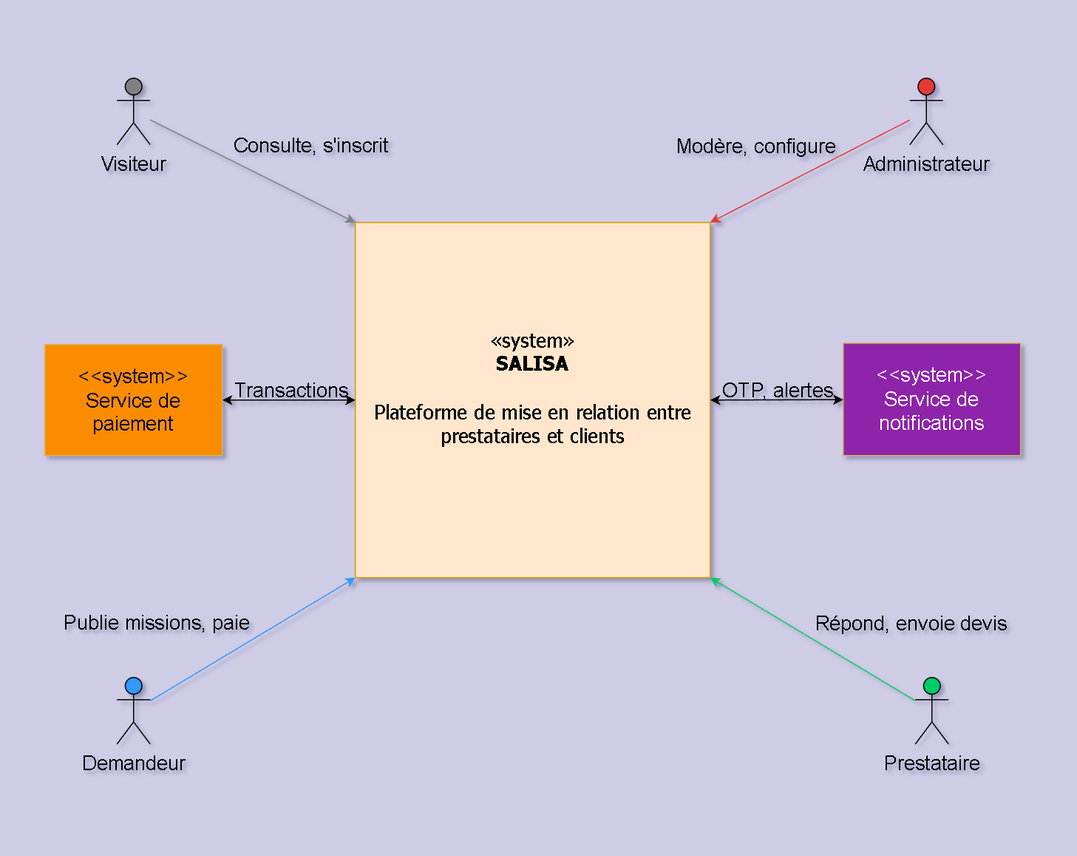
Above: images/diagramme_contexte_statique.png in KazeHolloway/Projet_LaTex (draw.io), before the change. Source tidied: cells renumbered, new cells last; positions are measured from the earlier drawing's top-left corner, leaving out a move shared by most shapes. Source of this version:
```xml
<mxGraphModel background="light-dark(#cfcce5, #121212)">
  <root>
    <mxCell id="0" />
    <mxCell id="1" parent="0" />
    <mxCell id="2" value="«system»&lt;br&gt;&lt;b&gt;SALISA&lt;/b&gt;&lt;div&gt;&lt;b&gt;&lt;br&gt;&lt;/b&gt;&lt;/div&gt;&lt;div&gt;Plateforme de mise en relation entre prestataires et clients&lt;/div&gt;&lt;div&gt;&lt;br&gt;&lt;/div&gt;" style="html=1;whiteSpace=wrap;fillColor=#ffe6cc;strokeColor=#d79b00;gradientColor=none;fillStyle=solid;rounded=0;glass=0;shadow=0;labelBackgroundColor=none;fontColor=default;fontSize=18;fontFamily=Tahoma;verticalAlign=middle;" parent="1" vertex="1">
      <mxGeometry x="280" y="130" width="320" height="320" as="geometry" />
    </mxCell>
    <mxCell id="3" value="Administrateur" style="shape=umlActor;html=1;verticalLabelPosition=bottom;verticalAlign=top;align=center;rounded=0;fillColor=#E53935;strokeColor=#000000;fontSize=18;" parent="1" vertex="1">
      <mxGeometry x="780" width="30" height="60" as="geometry" />
    </mxCell>
    <mxCell id="4" value="Demandeur" style="shape=umlActor;html=1;verticalLabelPosition=bottom;verticalAlign=top;align=center;rounded=0;fillColor=#3399FF;strokeColor=#000000;fontSize=18;" parent="1" vertex="1">
      <mxGeometry x="65" y="540" width="30" height="60" as="geometry" />
    </mxCell>
    <mxCell id="5" value="Visiteur" style="shape=umlActor;html=1;verticalLabelPosition=bottom;verticalAlign=top;align=center;rounded=0;fillColor=#808080;strokeColor=#000000;fontSize=18;" parent="1" vertex="1">
      <mxGeometry x="65" width="30" height="60" as="geometry" />
    </mxCell>
    <mxCell id="6" value="Prestataire" style="shape=umlActor;html=1;verticalLabelPosition=bottom;verticalAlign=top;align=center;rounded=0;shadow=0;fillColor=#00CC66;strokeColor=#000000;fontSize=18;" parent="1" vertex="1">
      <mxGeometry x="785" y="540" width="30" height="60" as="geometry" />
    </mxCell>
    <mxCell id="7" style="rounded=0;jettySize=auto;html=1;entryX=0;entryY=0;entryDx=0;entryDy=0;fontSize=18;strokeColor=#808080;" parent="1" edge="1" source="5" target="2">
      <mxGeometry relative="1" as="geometry" />
    </mxCell>
    <mxCell id="8" value="Consulte, s'inscrit" style="edgeLabel;html=1;align=center;verticalAlign=middle;labelBackgroundColor=none;fontSize=18;textShadow=0;" parent="7" vertex="1">
      <mxGeometry x="-0.13" y="-2" relative="1" as="geometry">
        <mxPoint x="65" y="-20" as="offset" />
      </mxGeometry>
    </mxCell>
    <mxCell id="9" style="rounded=0;jettySize=auto;html=1;entryX=0;entryY=1;entryDx=0;entryDy=0;fontSize=18;strokeColor=#3399FF;" parent="1" edge="1" source="4" target="2">
      <mxGeometry relative="1" as="geometry" />
    </mxCell>
    <mxCell id="10" value="Publie missions, paie" style="edgeLabel;html=1;align=center;verticalAlign=middle;fontSize=18;labelBackgroundColor=none;labelBorderColor=none;" parent="9" vertex="1">
      <mxGeometry x="-0.12" y="3" relative="1" as="geometry">
        <mxPoint x="-75" y="-20" as="offset" />
      </mxGeometry>
    </mxCell>
    <mxCell id="11" style="rounded=0;jettySize=auto;html=1;entryX=1;entryY=1;entryDx=0;entryDy=0;fontSize=18;fillColor=#00CC66;strokeColor=#00CC66;" parent="1" edge="1" source="6" target="2">
      <mxGeometry relative="1" as="geometry" />
    </mxCell>
    <mxCell id="12" value="Répond, envoie devis" style="edgeLabel;html=1;align=center;verticalAlign=middle;labelBackgroundColor=none;fontSize=18;" parent="11" vertex="1">
      <mxGeometry x="-0.1" y="-1" relative="1" as="geometry">
        <mxPoint x="78" y="-20" as="offset" />
      </mxGeometry>
    </mxCell>
    <mxCell id="13" style="rounded=0;jettySize=auto;html=1;entryX=1;entryY=0;entryDx=0;entryDy=0;fontSize=18;strokeColor=#E53935;" parent="1" edge="1" source="3" target="2">
      <mxGeometry relative="1" as="geometry" />
    </mxCell>
    <mxCell id="14" value="Modère, configure" style="edgeLabel;html=1;align=center;verticalAlign=middle;fontSize=18;fontColor=default;labelBackgroundColor=none;" parent="13" vertex="1">
      <mxGeometry x="0.02" y="-2" relative="1" as="geometry">
        <mxPoint x="-47" y="-23" as="offset" />
      </mxGeometry>
    </mxCell>
    <mxCell id="15" value="&lt;p&gt;&amp;lt;&amp;lt;system&amp;gt;&amp;gt;&lt;br&gt;Service de paiement&lt;/p&gt;" style="shape=rect;html=1;overflow=fill;whiteSpace=wrap;align=center;fillColor=#FB8C00;strokeColor=#d6b656;fontSize=18;fontColor=#000033;" parent="1" vertex="1">
      <mxGeometry y="240" width="160" height="100" as="geometry" />
    </mxCell>
    <mxCell id="16" value="&lt;p&gt;&amp;lt;&amp;lt;system&amp;gt;&amp;gt;&lt;br&gt;Service de notifications&lt;/p&gt;" style="shape=rect;html=1;overflow=fill;whiteSpace=wrap;align=center;fillColor=#8E24AA;strokeColor=#d6b656;fontSize=18;verticalAlign=top;fontColor=#FFFFFF;" parent="1" vertex="1">
      <mxGeometry x="720" y="238.8" width="160" height="101.2" as="geometry" />
    </mxCell>
    <mxCell id="17" style="rounded=0;jettySize=auto;html=1;entryX=0;entryY=0.5;entryDx=0;entryDy=0;startArrow=classic;startFill=1;endArrow=classic;endFill=1;exitX=1;exitY=0.5;exitDx=0;exitDy=0;fontSize=18;" parent="1" edge="1" source="15" target="2">
      <mxGeometry relative="1" as="geometry" />
    </mxCell>
    <mxCell id="18" value="Transactions" style="edgeLabel;html=1;align=center;verticalAlign=middle;fontSize=18;labelBackgroundColor=none;" parent="17" vertex="1">
      <mxGeometry x="-0.07" y="-1" relative="1" as="geometry">
        <mxPoint x="4" y="-11" as="offset" />
      </mxGeometry>
    </mxCell>
    <mxCell id="19" style="rounded=0;jettySize=auto;html=1;entryX=1;entryY=0.5;entryDx=0;entryDy=0;startArrow=classic;startFill=1;endArrow=classic;endFill=1;fontSize=18;" parent="1" edge="1" source="16" target="2">
      <mxGeometry relative="1" as="geometry" />
    </mxCell>
    <mxCell id="20" value="OTP, alertes" style="edgeLabel;html=1;align=center;verticalAlign=middle;labelBackgroundColor=none;fontSize=18;" parent="19" vertex="1">
      <mxGeometry x="-0.05" y="1" relative="1" as="geometry">
        <mxPoint x="-3" y="-11" as="offset" />
      </mxGeometry>
    </mxCell>
  </root>
</mxGraphModel>
```
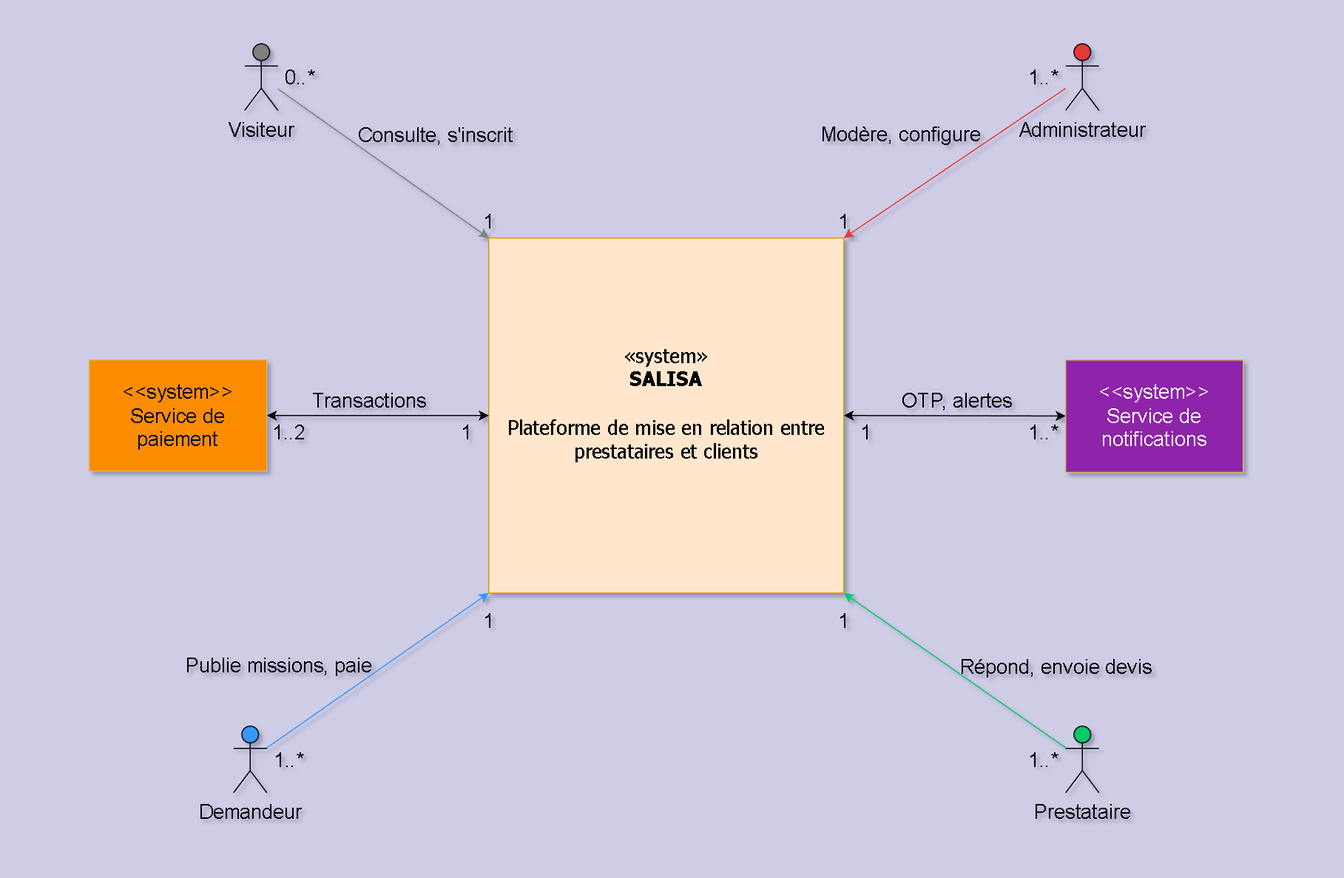
Above is the later version.

Commit message:
Corrections majeures du document (Abrev/Sigles, Tableaux, Parties 1, 2, 3) et Ajout des cardinalites dans le diagramme de contexte statique

Change to the diagram source:
```diff
@@ -3,26 +3,26 @@
     <mxCell id="0" />
     <mxCell id="1" parent="0" />
     <mxCell id="2" value="«system»&lt;br&gt;&lt;b&gt;SALISA&lt;/b&gt;&lt;div&gt;&lt;b&gt;&lt;br&gt;&lt;/b&gt;&lt;/div&gt;&lt;div&gt;Plateforme de mise en relation entre prestataires et clients&lt;/div&gt;&lt;div&gt;&lt;br&gt;&lt;/div&gt;" style="html=1;whiteSpace=wrap;fillColor=#ffe6cc;strokeColor=#d79b00;gradientColor=none;fillStyle=solid;rounded=0;glass=0;shadow=0;labelBackgroundColor=none;fontColor=default;fontSize=18;fontFamily=Tahoma;verticalAlign=middle;" parent="1" vertex="1">
-      <mxGeometry x="280" y="130" width="320" height="320" as="geometry" />
+      <mxGeometry x="400" y="145" width="320" height="320" as="geometry" />
     </mxCell>
     <mxCell id="3" value="Administrateur" style="shape=umlActor;html=1;verticalLabelPosition=bottom;verticalAlign=top;align=center;rounded=0;fillColor=#E53935;strokeColor=#000000;fontSize=18;" parent="1" vertex="1">
-      <mxGeometry x="780" width="30" height="60" as="geometry" />
+      <mxGeometry x="920" y="-30" width="30" height="60" as="geometry" />
     </mxCell>
     <mxCell id="4" value="Demandeur" style="shape=umlActor;html=1;verticalLabelPosition=bottom;verticalAlign=top;align=center;rounded=0;fillColor=#3399FF;strokeColor=#000000;fontSize=18;" parent="1" vertex="1">
-      <mxGeometry x="65" y="540" width="30" height="60" as="geometry" />
+      <mxGeometry x="170" y="585" width="30" height="60" as="geometry" />
     </mxCell>
     <mxCell id="5" value="Visiteur" style="shape=umlActor;html=1;verticalLabelPosition=bottom;verticalAlign=top;align=center;rounded=0;fillColor=#808080;strokeColor=#000000;fontSize=18;" parent="1" vertex="1">
-      <mxGeometry x="65" width="30" height="60" as="geometry" />
+      <mxGeometry x="180" y="-30" width="30" height="60" as="geometry" />
     </mxCell>
     <mxCell id="6" value="Prestataire" style="shape=umlActor;html=1;verticalLabelPosition=bottom;verticalAlign=top;align=center;rounded=0;shadow=0;fillColor=#00CC66;strokeColor=#000000;fontSize=18;" parent="1" vertex="1">
-      <mxGeometry x="785" y="540" width="30" height="60" as="geometry" />
+      <mxGeometry x="920" y="585" width="30" height="60" as="geometry" />
     </mxCell>
     <mxCell id="7" style="rounded=0;jettySize=auto;html=1;entryX=0;entryY=0;entryDx=0;entryDy=0;fontSize=18;strokeColor=#808080;" parent="1" edge="1" source="5" target="2">
       <mxGeometry relative="1" as="geometry" />
     </mxCell>
     <mxCell id="8" value="Consulte, s'inscrit" style="edgeLabel;html=1;align=center;verticalAlign=middle;labelBackgroundColor=none;fontSize=18;textShadow=0;" parent="7" vertex="1">
       <mxGeometry x="-0.13" y="-2" relative="1" as="geometry">
-        <mxPoint x="65" y="-20" as="offset" />
+        <mxPoint x="59" y="-20" as="offset" />
       </mxGeometry>
     </mxCell>
     <mxCell id="9" style="rounded=0;jettySize=auto;html=1;entryX=0;entryY=1;entryDx=0;entryDy=0;fontSize=18;strokeColor=#3399FF;" parent="1" edge="1" source="4" target="2">
@@ -30,7 +30,7 @@
     </mxCell>
     <mxCell id="10" value="Publie missions, paie" style="edgeLabel;html=1;align=center;verticalAlign=middle;fontSize=18;labelBackgroundColor=none;labelBorderColor=none;" parent="9" vertex="1">
       <mxGeometry x="-0.12" y="3" relative="1" as="geometry">
-        <mxPoint x="-75" y="-20" as="offset" />
+        <mxPoint x="-76" y="-11" as="offset" />
       </mxGeometry>
     </mxCell>
     <mxCell id="11" style="rounded=0;jettySize=auto;html=1;entryX=1;entryY=1;entryDx=0;entryDy=0;fontSize=18;fillColor=#00CC66;strokeColor=#00CC66;" parent="1" edge="1" source="6" target="2">
@@ -38,7 +38,7 @@
     </mxCell>
     <mxCell id="12" value="Répond, envoie devis" style="edgeLabel;html=1;align=center;verticalAlign=middle;labelBackgroundColor=none;fontSize=18;" parent="11" vertex="1">
       <mxGeometry x="-0.1" y="-1" relative="1" as="geometry">
-        <mxPoint x="78" y="-20" as="offset" />
+        <mxPoint x="79" y="-11" as="offset" />
       </mxGeometry>
     </mxCell>
     <mxCell id="13" style="rounded=0;jettySize=auto;html=1;entryX=1;entryY=0;entryDx=0;entryDy=0;fontSize=18;strokeColor=#E53935;" parent="1" edge="1" source="3" target="2">
@@ -46,21 +46,21 @@
     </mxCell>
     <mxCell id="14" value="Modère, configure" style="edgeLabel;html=1;align=center;verticalAlign=middle;fontSize=18;fontColor=default;labelBackgroundColor=none;" parent="13" vertex="1">
       <mxGeometry x="0.02" y="-2" relative="1" as="geometry">
-        <mxPoint x="-47" y="-23" as="offset" />
+        <mxPoint x="-47" y="-27" as="offset" />
       </mxGeometry>
     </mxCell>
     <mxCell id="15" value="&lt;p&gt;&amp;lt;&amp;lt;system&amp;gt;&amp;gt;&lt;br&gt;Service de paiement&lt;/p&gt;" style="shape=rect;html=1;overflow=fill;whiteSpace=wrap;align=center;fillColor=#FB8C00;strokeColor=#d6b656;fontSize=18;fontColor=#000033;" parent="1" vertex="1">
-      <mxGeometry y="240" width="160" height="100" as="geometry" />
+      <mxGeometry x="40" y="255" width="160" height="100" as="geometry" />
     </mxCell>
     <mxCell id="16" value="&lt;p&gt;&amp;lt;&amp;lt;system&amp;gt;&amp;gt;&lt;br&gt;Service de notifications&lt;/p&gt;" style="shape=rect;html=1;overflow=fill;whiteSpace=wrap;align=center;fillColor=#8E24AA;strokeColor=#d6b656;fontSize=18;verticalAlign=top;fontColor=#FFFFFF;" parent="1" vertex="1">
-      <mxGeometry x="720" y="238.8" width="160" height="101.2" as="geometry" />
+      <mxGeometry x="920" y="255" width="160" height="101.2" as="geometry" />
     </mxCell>
     <mxCell id="17" style="rounded=0;jettySize=auto;html=1;entryX=0;entryY=0.5;entryDx=0;entryDy=0;startArrow=classic;startFill=1;endArrow=classic;endFill=1;exitX=1;exitY=0.5;exitDx=0;exitDy=0;fontSize=18;" parent="1" edge="1" source="15" target="2">
       <mxGeometry relative="1" as="geometry" />
     </mxCell>
     <mxCell id="18" value="Transactions" style="edgeLabel;html=1;align=center;verticalAlign=middle;fontSize=18;labelBackgroundColor=none;" parent="17" vertex="1">
       <mxGeometry x="-0.07" y="-1" relative="1" as="geometry">
-        <mxPoint x="4" y="-11" as="offset" />
+        <mxPoint x="-3" y="-16" as="offset" />
       </mxGeometry>
     </mxCell>
     <mxCell id="19" style="rounded=0;jettySize=auto;html=1;entryX=1;entryY=0.5;entryDx=0;entryDy=0;startArrow=classic;startFill=1;endArrow=classic;endFill=1;fontSize=18;" parent="1" edge="1" source="16" target="2">
@@ -68,8 +68,44 @@
     </mxCell>
     <mxCell id="20" value="OTP, alertes" style="edgeLabel;html=1;align=center;verticalAlign=middle;labelBackgroundColor=none;fontSize=18;" parent="19" vertex="1">
       <mxGeometry x="-0.05" y="1" relative="1" as="geometry">
-        <mxPoint x="-3" y="-11" as="offset" />
+        <mxPoint x="-3" y="-16" as="offset" />
       </mxGeometry>
     </mxCell>
+    <mxCell id="21" value="&lt;font&gt;0..*&lt;/font&gt;" style="text;html=1;whiteSpace=wrap;strokeColor=none;fillColor=none;align=center;verticalAlign=middle;rounded=0;fontSize=18;" parent="1" vertex="1">
+      <mxGeometry x="200" y="-15" width="60" height="30" as="geometry" />
+    </mxCell>
+    <mxCell id="22" value="&lt;font&gt;1..*&lt;/font&gt;" style="text;html=1;whiteSpace=wrap;strokeColor=none;fillColor=none;align=center;verticalAlign=middle;rounded=0;fontSize=18;" parent="1" vertex="1">
+      <mxGeometry x="870" y="-15" width="60" height="30" as="geometry" />
+    </mxCell>
+    <mxCell id="23" value="&lt;font&gt;1..*&lt;/font&gt;" style="text;html=1;whiteSpace=wrap;strokeColor=none;fillColor=none;align=center;verticalAlign=middle;rounded=0;fontSize=18;" parent="1" vertex="1">
+      <mxGeometry x="870" y="305" width="60" height="30" as="geometry" />
+    </mxCell>
+    <mxCell id="24" value="&lt;font&gt;1..*&lt;/font&gt;" style="text;html=1;whiteSpace=wrap;strokeColor=none;fillColor=none;align=center;verticalAlign=middle;rounded=0;fontSize=18;" parent="1" vertex="1">
+      <mxGeometry x="190" y="600" width="60" height="30" as="geometry" />
+    </mxCell>
+    <mxCell id="25" value="&lt;font&gt;1..*&lt;/font&gt;" style="text;html=1;whiteSpace=wrap;strokeColor=none;fillColor=none;align=center;verticalAlign=middle;rounded=0;fontSize=18;" parent="1" vertex="1">
+      <mxGeometry x="870" y="600" width="60" height="30" as="geometry" />
+    </mxCell>
+    <mxCell id="26" value="&lt;font&gt;1..2&lt;/font&gt;" style="text;html=1;whiteSpace=wrap;strokeColor=none;fillColor=none;align=center;verticalAlign=middle;rounded=0;fontSize=18;" parent="1" vertex="1">
+      <mxGeometry x="190" y="305" width="60" height="30" as="geometry" />
+    </mxCell>
+    <mxCell id="27" value="&lt;font&gt;1&lt;/font&gt;" style="text;html=1;whiteSpace=wrap;strokeColor=none;fillColor=none;align=center;verticalAlign=middle;rounded=0;fontSize=18;" parent="1" vertex="1">
+      <mxGeometry x="690" y="115" width="60" height="30" as="geometry" />
+    </mxCell>
+    <mxCell id="28" value="&lt;font&gt;1&lt;/font&gt;" style="text;html=1;whiteSpace=wrap;strokeColor=none;fillColor=none;align=center;verticalAlign=middle;rounded=0;fontSize=18;" parent="1" vertex="1">
+      <mxGeometry x="370" y="115" width="60" height="30" as="geometry" />
+    </mxCell>
+    <mxCell id="29" value="&lt;font&gt;1&lt;/font&gt;" style="text;html=1;whiteSpace=wrap;strokeColor=none;fillColor=none;align=center;verticalAlign=middle;rounded=0;fontSize=18;" parent="1" vertex="1">
+      <mxGeometry x="370" y="475" width="60" height="30" as="geometry" />
+    </mxCell>
+    <mxCell id="30" value="&lt;font&gt;1&lt;/font&gt;" style="text;html=1;whiteSpace=wrap;strokeColor=none;fillColor=none;align=center;verticalAlign=middle;rounded=0;fontSize=18;" parent="1" vertex="1">
+      <mxGeometry x="690" y="475" width="60" height="30" as="geometry" />
+    </mxCell>
+    <mxCell id="31" value="&lt;font&gt;1&lt;/font&gt;" style="text;html=1;whiteSpace=wrap;strokeColor=none;fillColor=none;align=center;verticalAlign=middle;rounded=0;fontSize=18;" parent="1" vertex="1">
+      <mxGeometry x="350" y="305" width="60" height="30" as="geometry" />
+    </mxCell>
+    <mxCell id="32" value="&lt;font&gt;1&lt;/font&gt;" style="text;html=1;whiteSpace=wrap;strokeColor=none;fillColor=none;align=center;verticalAlign=middle;rounded=0;fontSize=18;" parent="1" vertex="1">
+      <mxGeometry x="710" y="305" width="60" height="30" as="geometry" />
+    </mxCell>
   </root>
 </mxGraphModel>
```
